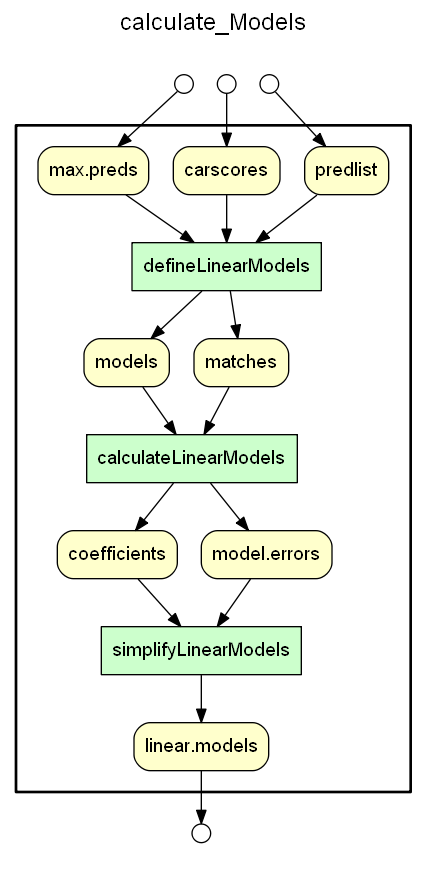
idaks/wt-prov-Summer-2017 keeps this Graphviz diagram as yw/graphs/calculate_models.png. Above is the earlier version. Its source is kept beside it as yw/gv_files/calculate_models.gv.
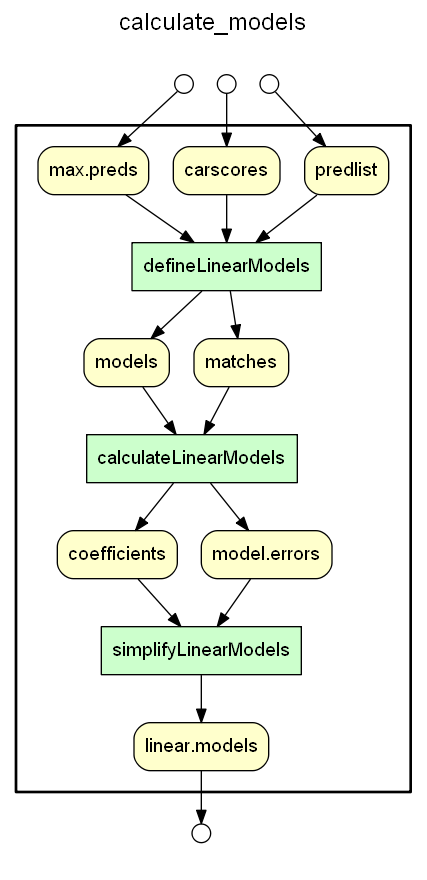
After the change.

Change to the diagram source:
```diff
@@ -4,7 +4,7 @@
 
 /* Title for graph */
 fontname=Helvetica; fontsize=18; labelloc=t
-label=calculate_Models
+label=calculate_models
 
 /* Start of double cluster for drawing box around nodes in workflow */
 subgraph cluster_workflow_box_outer { label=""; color=black; penwidth=2
```
